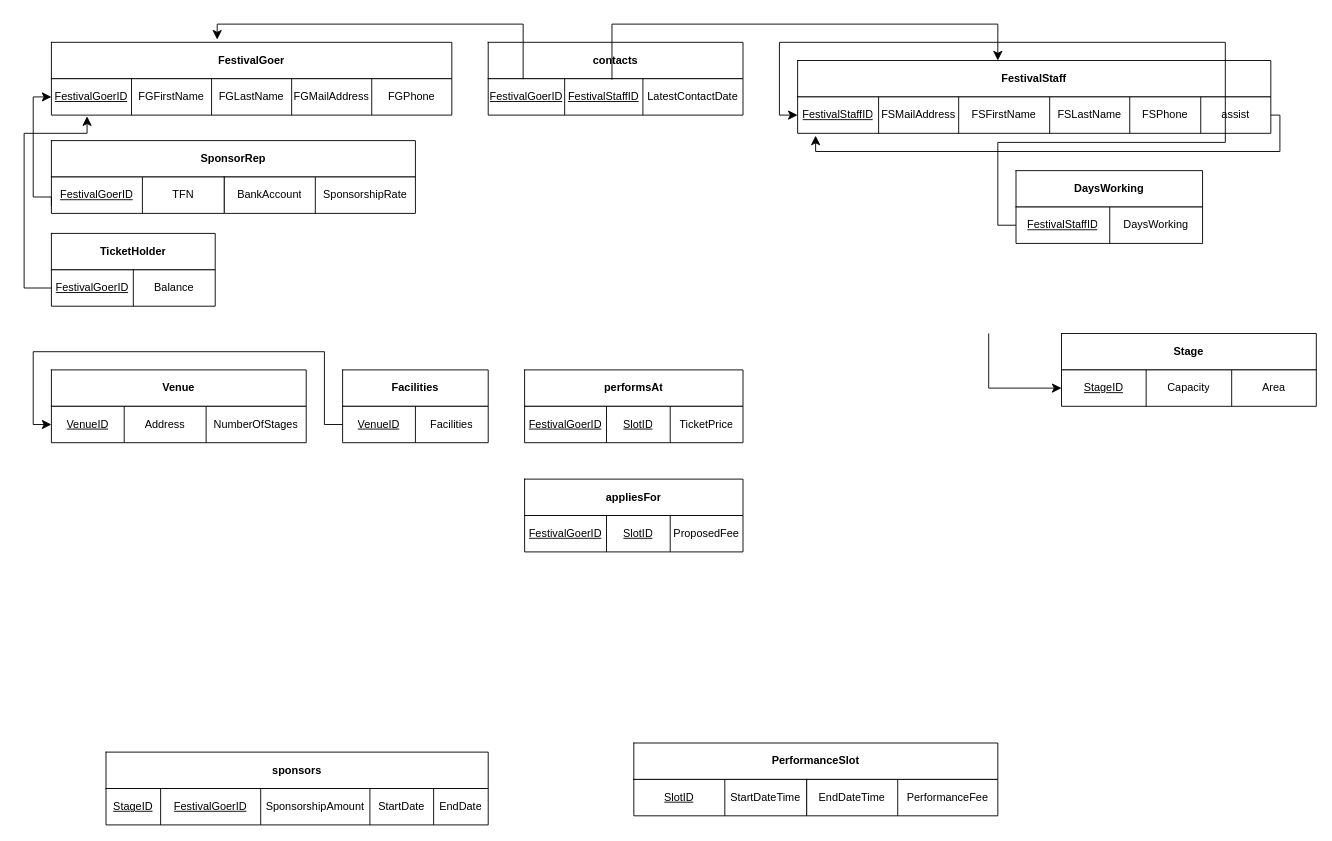
beewairy/SchemaDiagram_Asg1 keeps this draw.io diagram as Untitled Diagram.drawio. Above is the earlier version. Source tidied: cells renumbered, new cells numbered last; positions are measured from the earlier drawing's top-left corner, leaving out a move shared by most shapes. Both pictures are drawn from the tidied source at 91%, with x=0, y=0 at pixel (24, 24).
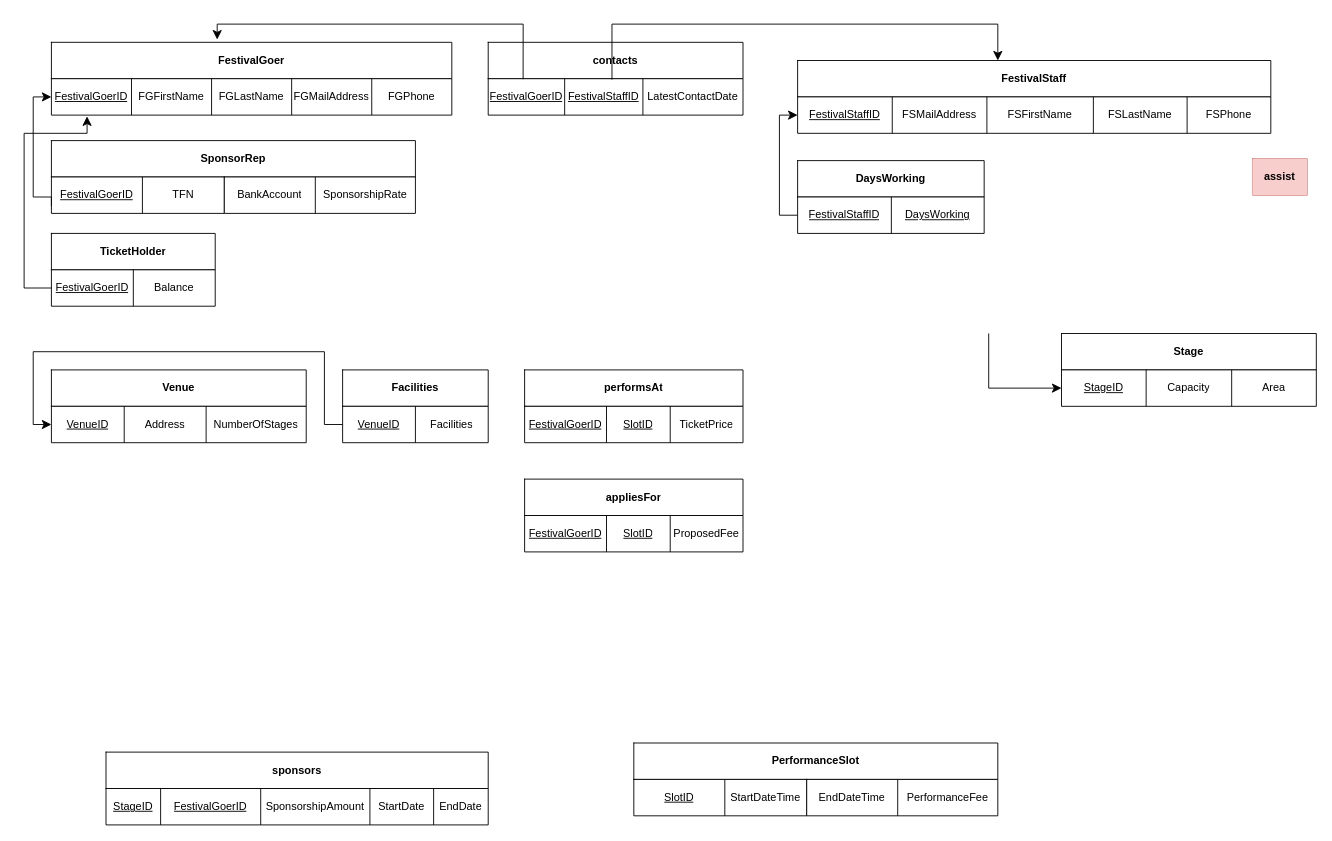
After the change.

Unchanged cells that the change refers to:
```xml
<mxCell id="115" style="shape=table;startSize=0;childLayout=tableLayout;" parent="111" vertex="1">
  <mxGeometry y="40" width="520" height="40" as="geometry" />
</mxCell>
<mxCell id="116" style="shape=tableRow;horizontal=0;startSize=0;swimlaneHead=0;swimlaneBody=0;strokeColor=inherit;top=0;left=0;bottom=0;right=0;fillColor=none;points=[[0,0.5],[1,0.5]];portConstraint=eastwest;" parent="115" vertex="1">
  <mxGeometry width="520" height="40" as="geometry" />
</mxCell>
<mxCell id="130" style="shape=tableRow;horizontal=0;startSize=0;swimlaneHead=0;swimlaneBody=0;strokeColor=inherit;top=0;left=0;bottom=0;right=0;fillColor=none;points=[[0,0.5],[1,0.5]];portConstraint=eastwest;" parent="129" vertex="1">
  <mxGeometry width="205" height="40" as="geometry" />
</mxCell>
```

Diff of the diagram source:
```diff
@@
     <mxCell id="117" value="&lt;u&gt;FestivalStaffID&lt;/u&gt;" style="shape=partialRectangle;html=1;whiteSpace=wrap;strokeColor=inherit;overflow=hidden;fillColor=none;top=0;left=0;bottom=0;right=0;" parent="116" vertex="1">
-      <mxGeometry width="89" height="40" as="geometry" />
+      <mxGeometry width="104" height="40" as="geometry" />
     </mxCell>
     <mxCell id="118" value="FSMailAddress" style="shape=partialRectangle;html=1;whiteSpace=wrap;strokeColor=inherit;overflow=hidden;fillColor=none;top=0;left=0;bottom=0;right=0;" parent="116" vertex="1">
-      <mxGeometry x="89" width="88" height="40" as="geometry" />
+      <mxGeometry x="104" width="104" height="40" as="geometry" />
     </mxCell>
     <mxCell id="119" value="FSFirstName" style="shape=partialRectangle;html=1;whiteSpace=wrap;strokeColor=inherit;overflow=hidden;fillColor=none;top=0;left=0;bottom=0;right=0;" parent="116" vertex="1">
-      <mxGeometry x="177" width="100" height="40" as="geometry" />
+      <mxGeometry x="208" width="117" height="40" as="geometry" />
     </mxCell>
     <mxCell id="120" value="&lt;div&gt;FSLastName&lt;/div&gt;" style="shape=partialRectangle;html=1;whiteSpace=wrap;strokeColor=inherit;overflow=hidden;fillColor=none;top=0;left=0;bottom=0;right=0;" parent="116" vertex="1">
-      <mxGeometry x="277" width="88" height="40" as="geometry" />
+      <mxGeometry x="325" width="103" height="40" as="geometry" />
     </mxCell>
     <mxCell id="121" value="FSPhone" style="shape=partialRectangle;html=1;whiteSpace=wrap;strokeColor=inherit;overflow=hidden;fillColor=none;top=0;left=0;bottom=0;right=0;" parent="116" vertex="1">
-      <mxGeometry x="365" width="78" height="40" as="geometry" />
+      <mxGeometry x="428" width="92" height="40" as="geometry" />
     </mxCell>
-    <mxCell id="122" value="assist" style="shape=partialRectangle;html=1;whiteSpace=wrap;strokeColor=inherit;overflow=hidden;fillColor=none;top=0;left=0;bottom=0;right=0;" parent="116" vertex="1">
-      <mxGeometry x="443" width="77" height="40" as="geometry" />
-    </mxCell>
-    <mxCell id="123" style="edgeStyle=segmentEdgeStyle;endArrow=classic;html=1;curved=0;rounded=0;endSize=8;startSize=8;sourcePerimeterSpacing=0;targetPerimeterSpacing=0;fontSize=12;exitX=1;exitY=0.5;exitDx=0;exitDy=0;entryX=0.038;entryY=1.063;entryDx=0;entryDy=0;entryPerimeter=0;" parent="115" edge="1" source="116" target="116">
-      <mxGeometry relative="1" as="geometry">
-        <Array as="points">
-          <mxPoint x="530" y="20" />
-          <mxPoint x="530" y="60" />
-          <mxPoint x="20" y="60" />
-        </Array>
-      </mxGeometry>
-    </mxCell>
     <mxCell id="124" style="edgeStyle=segmentEdgeStyle;endArrow=classic;html=1;curved=0;rounded=0;endSize=8;startSize=8;sourcePerimeterSpacing=0;targetPerimeterSpacing=0;fontSize=12;entryX=0;entryY=0.5;entryDx=0;entryDy=0;exitX=0;exitY=0.5;exitDx=0;exitDy=0;" parent="1" edge="1" source="130" target="116">
       <mxGeometry relative="1" as="geometry">
         <Array as="points">
-          <mxPoint x="1070" y="221" />
-          <mxPoint x="1070" y="130" />
-          <mxPoint x="1320" y="130" />
-          <mxPoint x="1320" y="20" />
-          <mxPoint x="830" y="20" />
+          <mxPoint x="830" y="210" />
           <mxPoint x="830" y="100" />
         </Array>
       </mxGeometry>
     </mxCell>
     <mxCell id="125" style="group;" parent="1" vertex="1">
-      <mxGeometry x="1090" y="161" width="205" height="80" as="geometry" />
+      <mxGeometry x="850" y="150" width="205" height="80" as="geometry" />
     </mxCell>
@@
-    <mxCell id="132" value="DaysWorking" style="shape=partialRectangle;html=1;whiteSpace=wrap;strokeColor=inherit;overflow=hidden;fillColor=none;top=0;left=0;bottom=0;right=0;" parent="130" vertex="1">
+    <mxCell id="132" value="&lt;u&gt;DaysWorking&lt;/u&gt;" style="shape=partialRectangle;html=1;whiteSpace=wrap;strokeColor=inherit;overflow=hidden;fillColor=none;top=0;left=0;bottom=0;right=0;" parent="130" vertex="1">
       <mxGeometry x="103" width="102" height="40" as="geometry" />
     </mxCell>
@@
+    <mxCell id="136" style="shape=table;startSize=0;childLayout=tableLayout;fillColor=#f8cecc;strokeColor=#b85450;" parent="1" vertex="1">
+      <mxGeometry x="1350" y="148" width="60" height="40" as="geometry" />
+    </mxCell>
+    <mxCell id="137" style="shape=tableRow;horizontal=0;startSize=0;swimlaneHead=0;swimlaneBody=0;strokeColor=#b85450;top=0;left=0;bottom=0;right=0;fillColor=#f8cecc;" parent="136" vertex="1">
+      <mxGeometry width="60" height="40" as="geometry" />
+    </mxCell>
+    <mxCell id="122" value="&lt;b&gt;assist&lt;/b&gt;" style="shape=partialRectangle;html=1;whiteSpace=wrap;strokeColor=#b85450;overflow=hidden;fillColor=#f8cecc;top=0;left=0;bottom=0;right=0;" parent="137" vertex="1">
+      <mxGeometry width="60" height="40" as="geometry" />
+    </mxCell>
```
